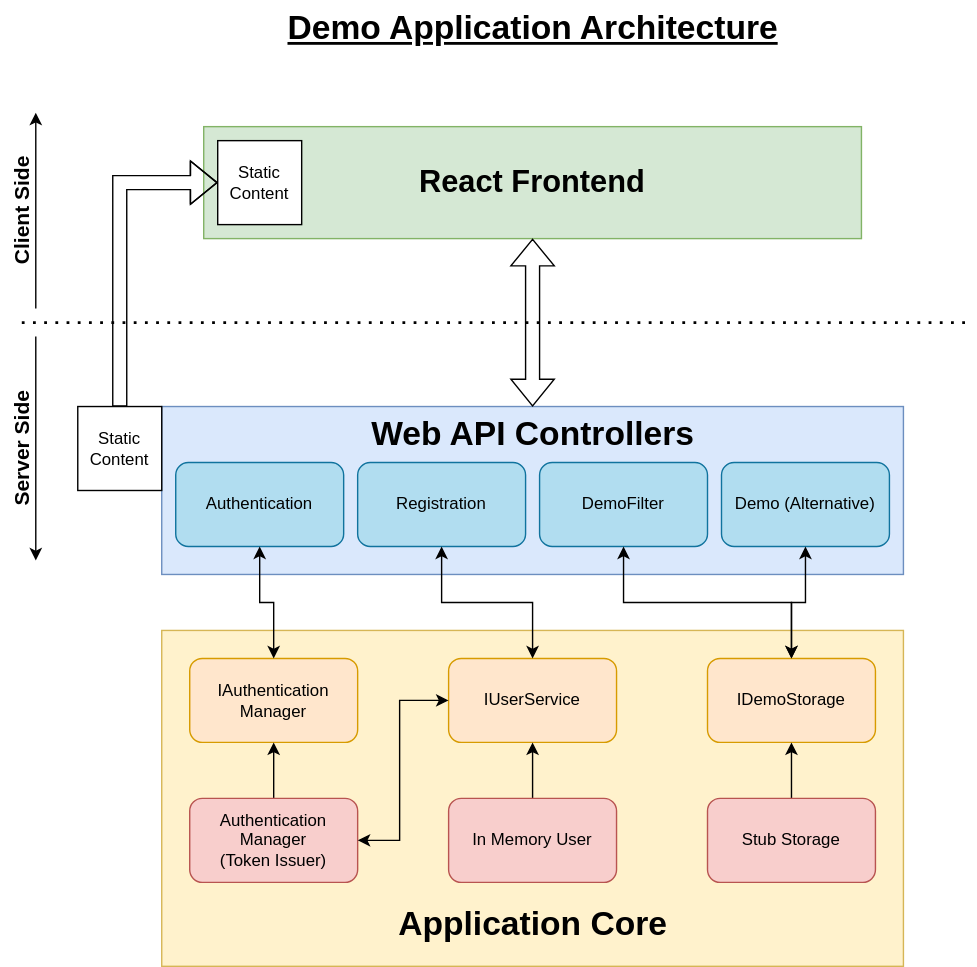
This is ReadMeAssets/Demo Application Diagram.svg from Yakyyaky/AspNetCoreReactDemo, a draw.io export, as it was before one commit. Source tidied: cells renumbered, new cells last; positions are measured from the earlier drawing's top-left corner, leaving out a move shared by most shapes.
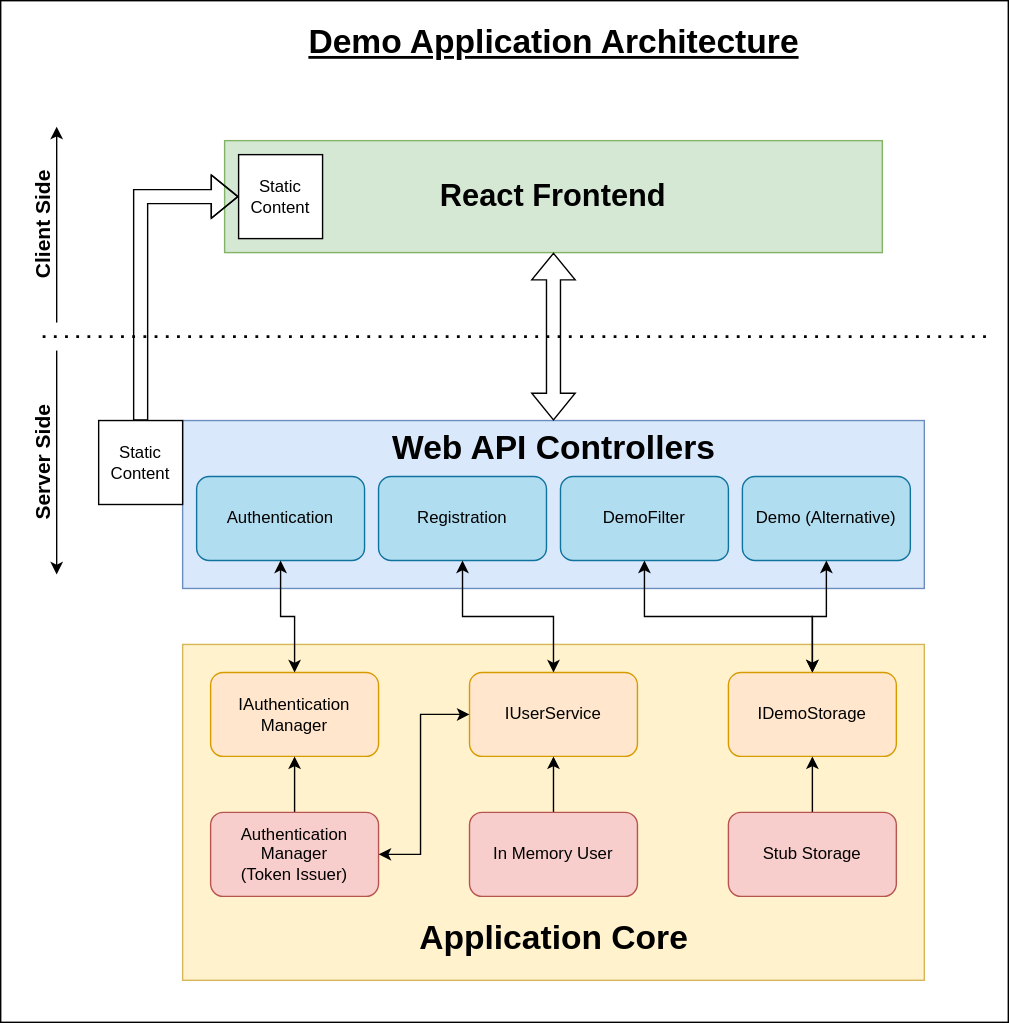
The same file after the commit.

The edit, as a diff of the source:
```diff
@@ -2,6 +2,9 @@
   <root>
     <mxCell id="0" />
     <mxCell id="1" parent="0" />
+    <mxCell id="35" style="rounded=0;whiteSpace=wrap;html=1;" parent="1" vertex="1">
+      <mxGeometry x="35" y="-10" width="720" height="730" as="geometry" />
+    </mxCell>
     <mxCell id="2" value="&lt;b&gt;&lt;font style=&quot;font-size: 22px&quot;&gt;React Frontend&lt;/font&gt;&lt;/b&gt;" style="rounded=0;whiteSpace=wrap;html=1;labelBackgroundColor=none;fillColor=#d5e8d4;strokeColor=#82b366;" parent="1" vertex="1">
       <mxGeometry x="195" y="90" width="470" height="80" as="geometry" />
     </mxCell>
```
